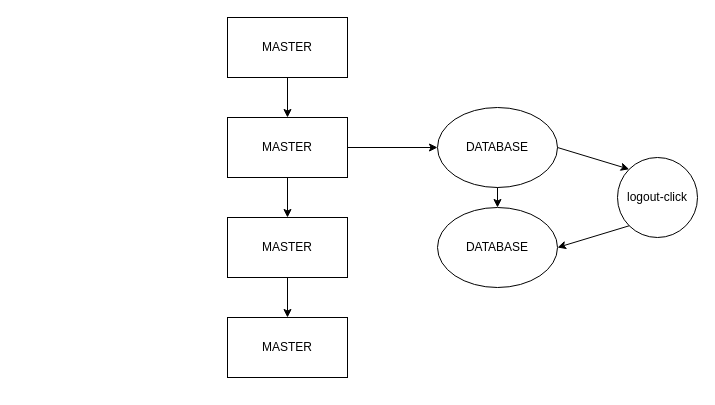
This is INFORMATION/branches.drawio from Man1exter/MAIG-WAREHOUSE, a draw.io file, before an edit. Source tidied: cells renumbered, new cells numbered last; positions are measured from the earlier drawing's top-left corner, leaving out a move shared by most shapes. Both pictures are drawn from the tidied source at 100%, with x=0, y=0 at pixel (227, 17).
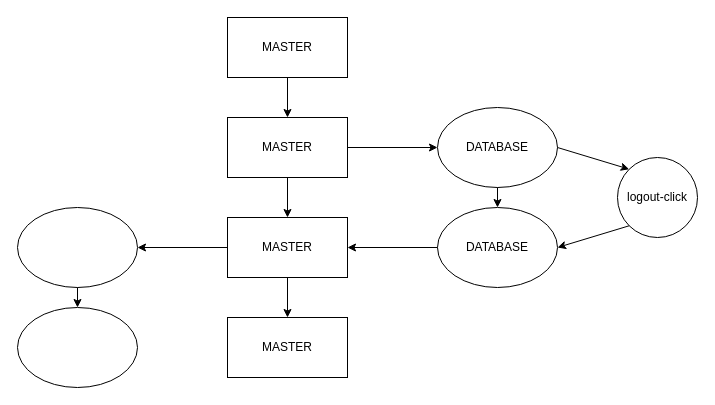
Above is the later version.

Unchanged cells that the change refers to:
```xml
<mxCell id="4" value="MASTER" style="rounded=0;whiteSpace=wrap;html=1;" parent="1" vertex="1">
  <mxGeometry y="200" width="120" height="60" as="geometry" />
</mxCell>
<mxCell id="8" value="DATABASE" style="ellipse;whiteSpace=wrap;html=1;" parent="1" vertex="1">
  <mxGeometry x="210" y="190" width="120" height="80" as="geometry" />
</mxCell>
```

What changed in the source:
```diff
@@
+    <mxCell id="16" style="endArrow=classic;html=1;exitX=0;exitY=0.5;exitDx=0;exitDy=0;entryX=1;entryY=0.5;entryDx=0;entryDy=0;" parent="1" edge="1" source="8" target="4">
+      <mxGeometry relative="1" as="geometry" />
+    </mxCell>
+    <mxCell id="17" style="ellipse;whiteSpace=wrap;html=1;" parent="1" vertex="1">
+      <mxGeometry x="-210" y="190" width="120" height="80" as="geometry" />
+    </mxCell>
+    <mxCell id="18" style="ellipse;whiteSpace=wrap;html=1;" parent="1" vertex="1">
+      <mxGeometry x="-210" y="290" width="120" height="80" as="geometry" />
+    </mxCell>
+    <mxCell id="19" style="endArrow=classic;html=1;exitX=0;exitY=0.5;exitDx=0;exitDy=0;entryX=1;entryY=0.5;entryDx=0;entryDy=0;" parent="1" edge="1" source="4" target="17">
+      <mxGeometry relative="1" as="geometry" />
+    </mxCell>
+    <mxCell id="20" style="endArrow=classic;html=1;exitX=0.5;exitY=1;exitDx=0;exitDy=0;entryX=0.5;entryY=0;entryDx=0;entryDy=0;" parent="1" edge="1" source="17" target="18">
+      <mxGeometry relative="1" as="geometry" />
+    </mxCell>
```
